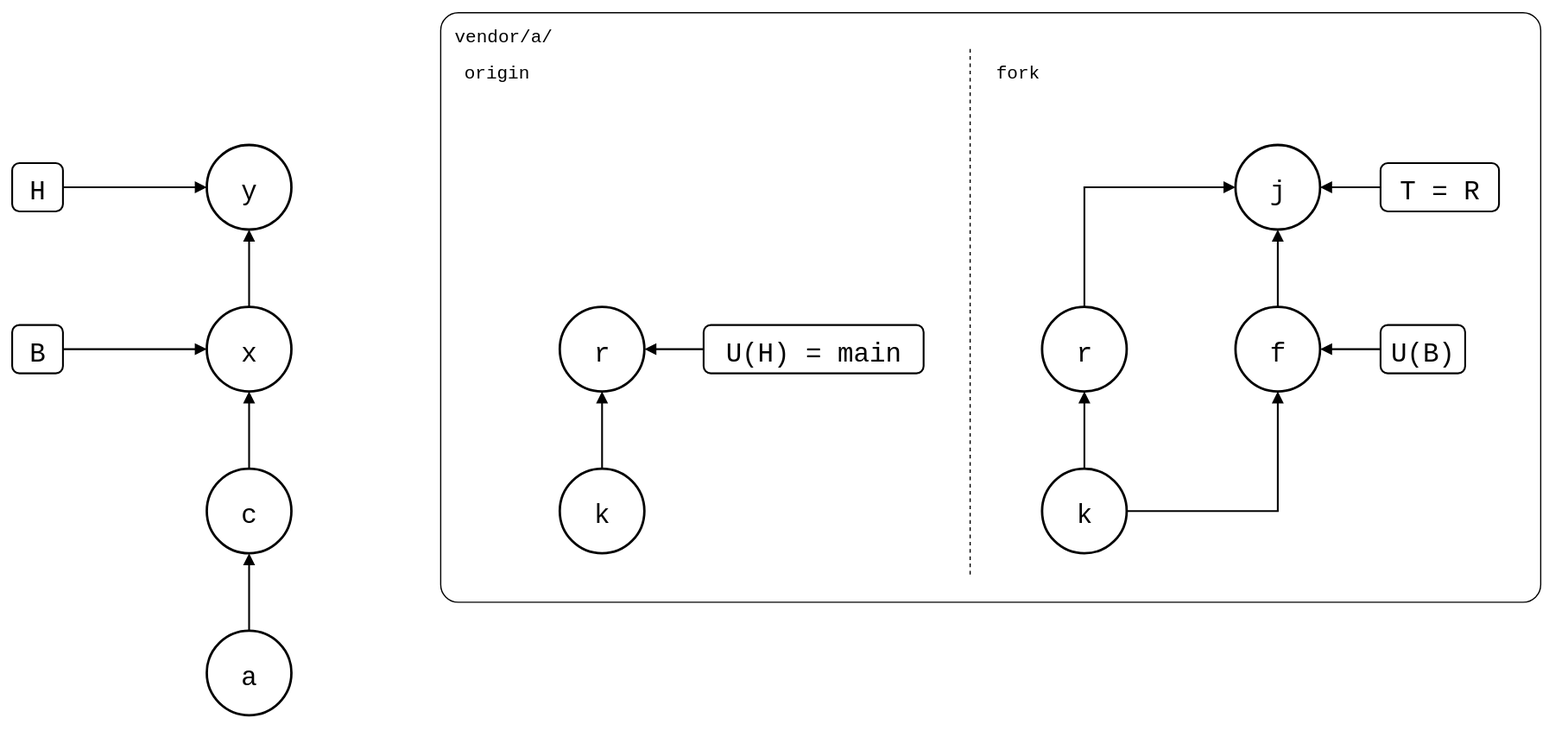
Before: test/scenarios/04-upstreams/02-several-upstreams/several-upstreams.drawio.svg, a diagram exported from draw.io (roschaefer/git-splice). Source tidied: cells renumbered, new cells last; positions are measured from the earlier drawing's top-left corner, leaving out a move shared by most shapes.
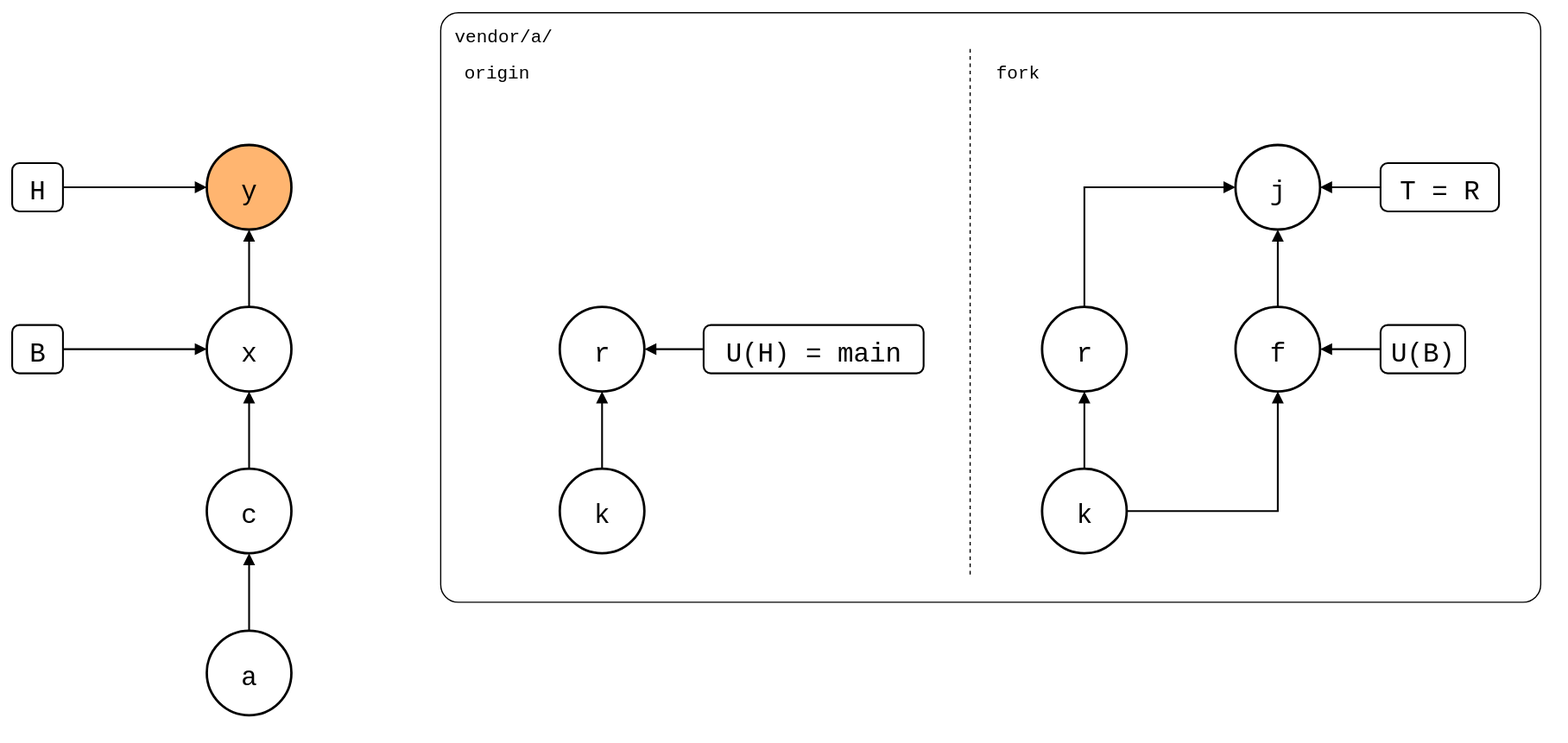
The same diagram one commit later.

The edit, as a diff of the source:
```diff
@@ -14,7 +14,7 @@
     <mxCell id="5" value="fork" style="text;fontSize=15;align=left;verticalAlign=top;fontFamily=Roboto Mono,monospace;" parent="1" vertex="1">
       <mxGeometry x="812" y="34" width="120" height="24" as="geometry" />
     </mxCell>
-    <mxCell id="6" value="y" style="ellipse;strokeWidth=2;fontSize=22;fontFamily=Roboto Mono,monospace;" parent="1" vertex="1">
+    <mxCell id="6" value="y" style="ellipse;strokeWidth=2;fontSize=22;fontFamily=Roboto Mono,monospace;fillColor=#FFB570;" parent="1" vertex="1">
       <mxGeometry x="161" y="110" width="70" height="70" as="geometry" />
     </mxCell>
     <mxCell id="7" value="x" style="ellipse;strokeWidth=2;fontSize=22;fontFamily=Roboto Mono,monospace;" parent="1" vertex="1">
```
